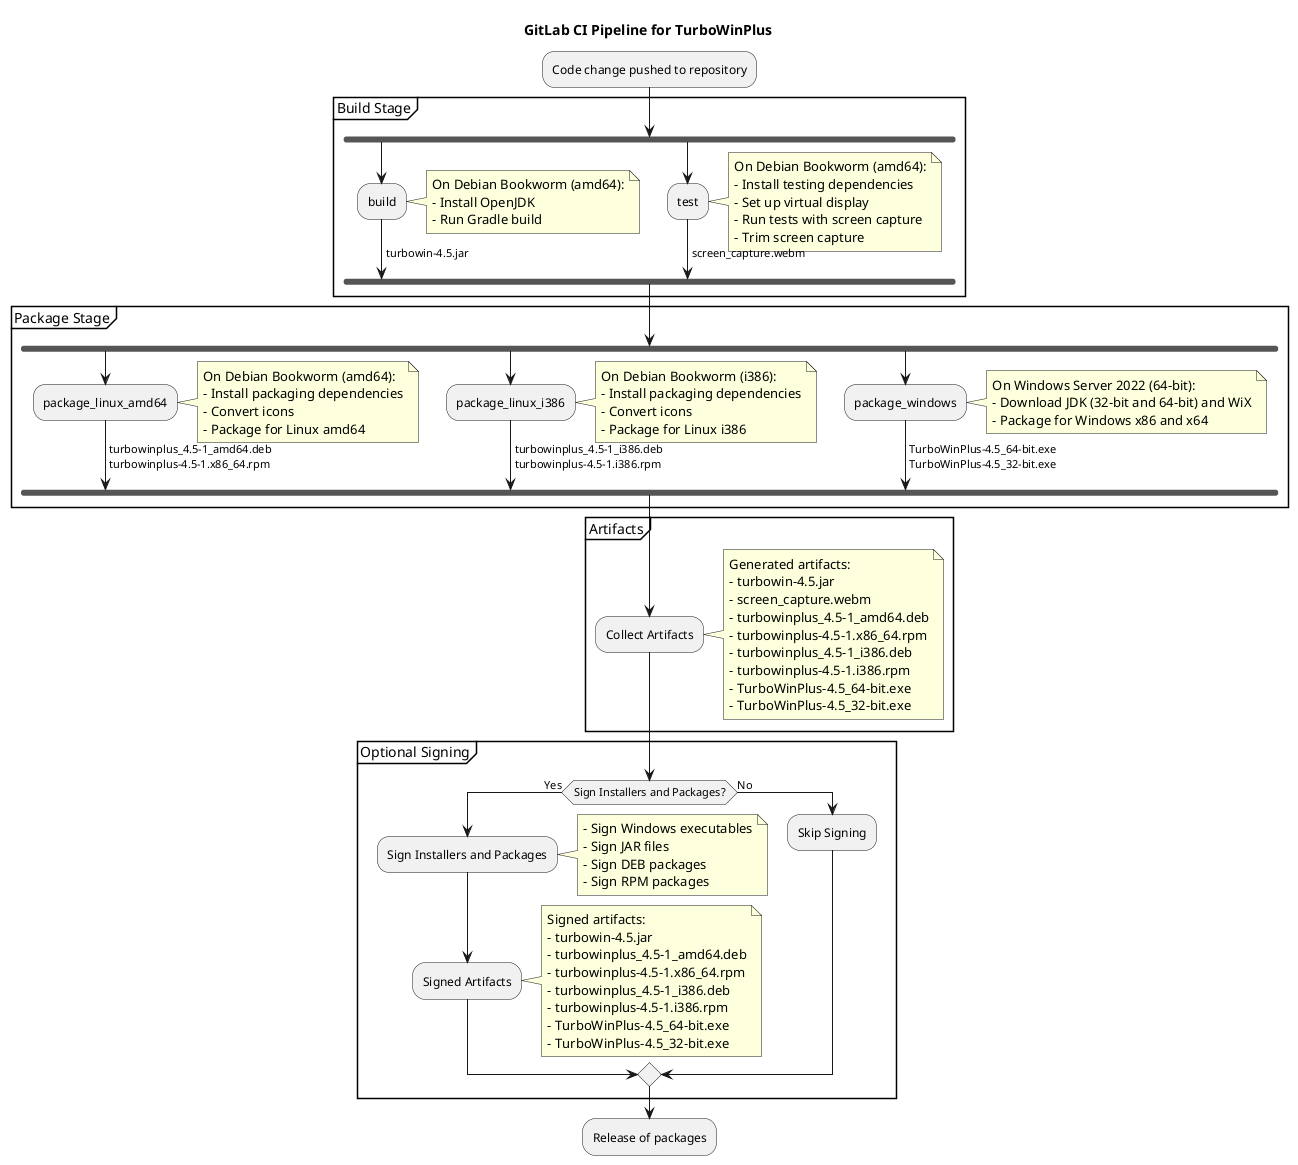
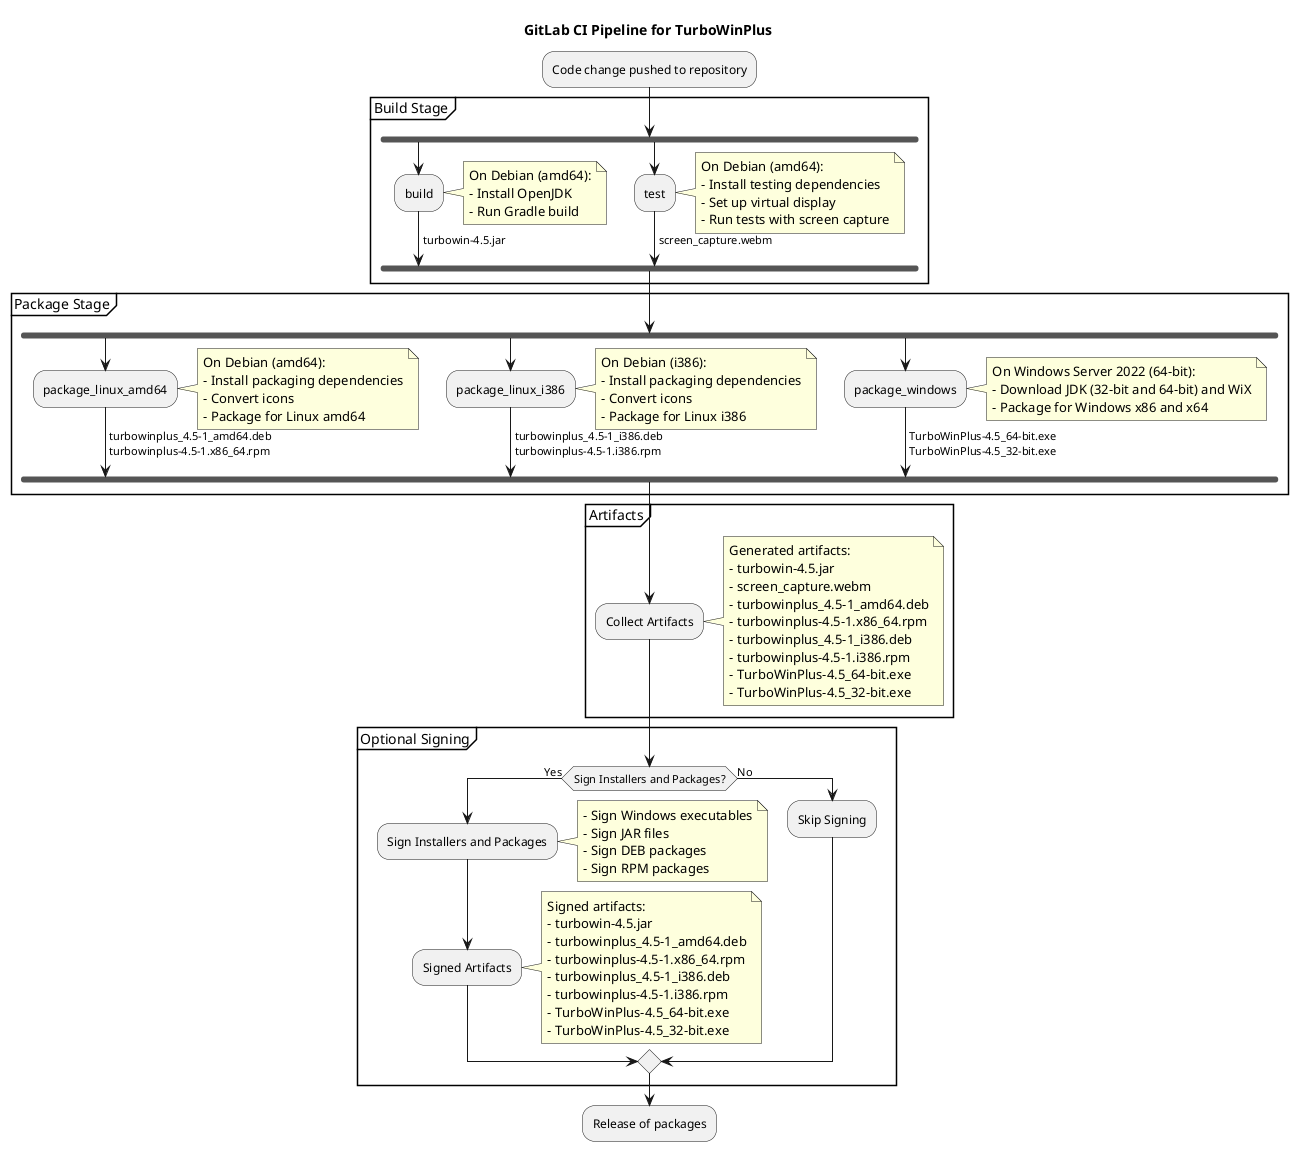
@startuml
skinparam rectangle {
    BackgroundColor<<Build Stage>> LightBlue
    BackgroundColor<<Package Stage>> LightGreen
    BackgroundColor<<Artifacts>> LightYellow
    BackgroundColor<<Optional Signing>> LightGray
}

title GitLab CI Pipeline for TurboWinPlus

:Code change pushed to repository;

partition "Build Stage" <<Build Stage>> {
    fork
        :build;
        note right
-             On Debian Bookworm (amd64):
+             On Debian (amd64):
            - Install OpenJDK
            - Run Gradle build
        end note
        -> turbowin-4.5.jar;
    fork again
        :test;
        note right
-             On Debian Bookworm (amd64):
+             On Debian (amd64):
            - Install testing dependencies
            - Set up virtual display
            - Run tests with screen capture
-             - Trim screen capture
        end note
        -> screen_capture.webm;
    end fork
}

partition "Package Stage" <<Package Stage>> {
    fork
        :package_linux_amd64;
        note right
-             On Debian Bookworm (amd64):
+             On Debian (amd64):
            - Install packaging dependencies
            - Convert icons
            - Package for Linux amd64
        end note
        -> turbowinplus_4.5-1_amd64.deb
        turbowinplus-4.5-1.x86_64.rpm;
    fork again
        :package_linux_i386;
        note right
-             On Debian Bookworm (i386):
+             On Debian (i386):
            - Install packaging dependencies
            - Convert icons
            - Package for Linux i386
        end note
        -> turbowinplus_4.5-1_i386.deb
        turbowinplus-4.5-1.i386.rpm;
    fork again
        :package_windows;
        note right
            On Windows Server 2022 (64-bit):
            - Download JDK (32-bit and 64-bit) and WiX
            - Package for Windows x86 and x64
        end note
        -> TurboWinPlus-4.5_64-bit.exe
        TurboWinPlus-4.5_32-bit.exe;
    end fork
}

partition "Artifacts" <<Artifacts>> {
    :Collect Artifacts;
    note right
        Generated artifacts:
        - turbowin-4.5.jar
        - screen_capture.webm
        - turbowinplus_4.5-1_amd64.deb
        - turbowinplus-4.5-1.x86_64.rpm
        - turbowinplus_4.5-1_i386.deb
        - turbowinplus-4.5-1.i386.rpm
        - TurboWinPlus-4.5_64-bit.exe
        - TurboWinPlus-4.5_32-bit.exe
    end note
}

partition "Optional Signing" <<Optional Signing>> {
    if (Sign Installers and Packages?) then (Yes)
        :Sign Installers and Packages;
        note right
            - Sign Windows executables
            - Sign JAR files
            - Sign DEB packages
            - Sign RPM packages
        end note
        :Signed Artifacts;
        note right
            Signed artifacts:
            - turbowin-4.5.jar
            - turbowinplus_4.5-1_amd64.deb
            - turbowinplus-4.5-1.x86_64.rpm
            - turbowinplus_4.5-1_i386.deb
            - turbowinplus-4.5-1.i386.rpm
            - TurboWinPlus-4.5_64-bit.exe
            - TurboWinPlus-4.5_32-bit.exe
        end note
    else (No)
        :Skip Signing;
    endif
}

:Release of packages;
@enduml
